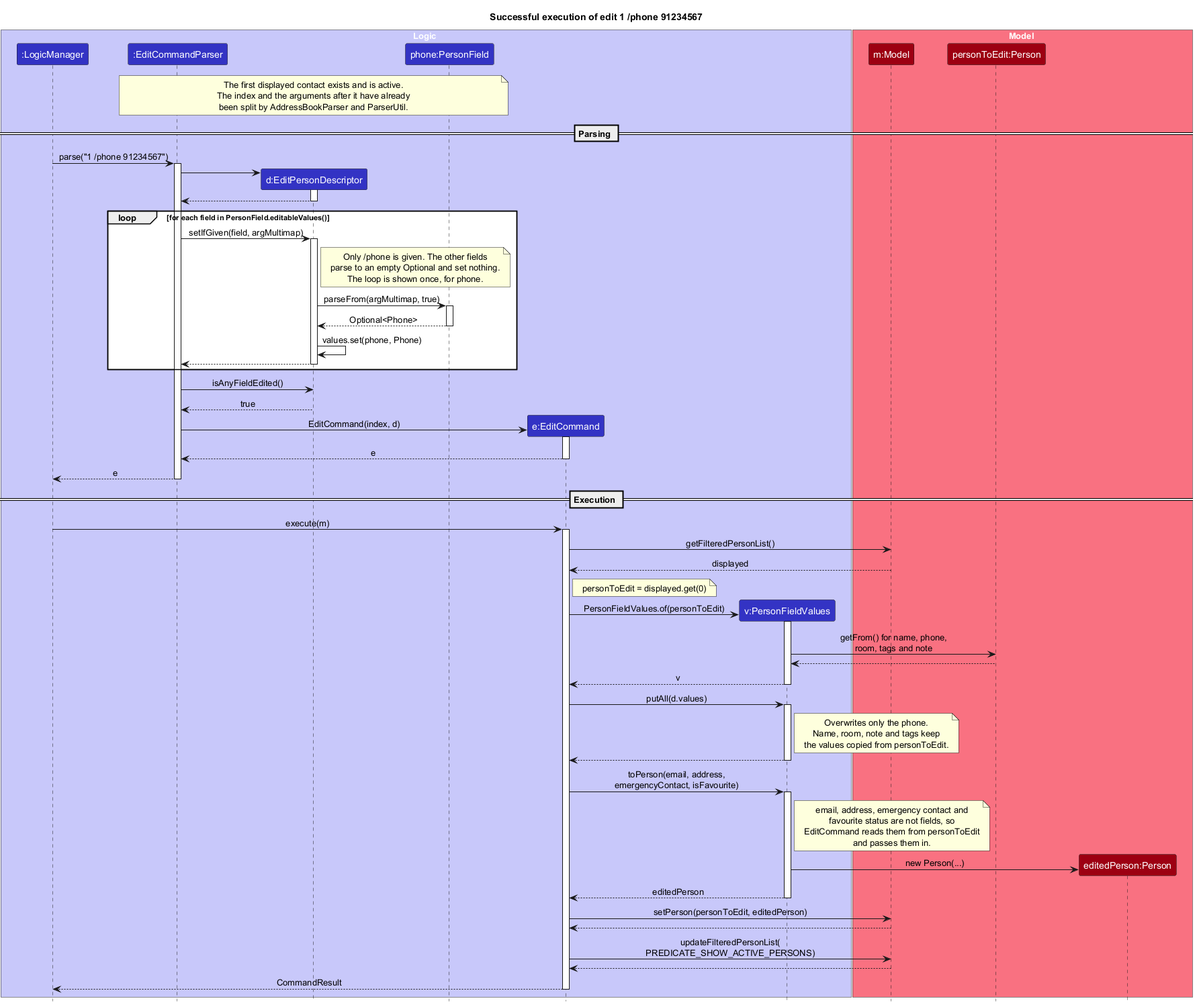
The PlantUML diagram docs/images/EditSequenceDiagram.png in AY2627S1-CS2103T-F10-1/tp, before a commit.
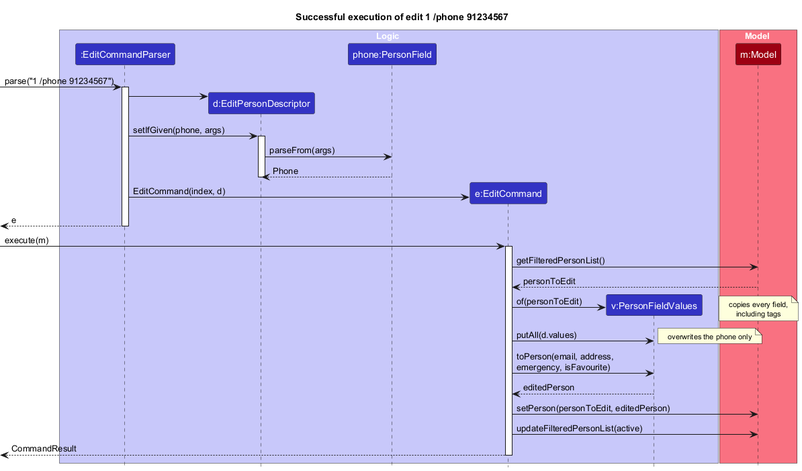
After the change.

The edit, as a diff of the source:
```diff
@@ -1,11 +1,12 @@
 @startuml
 !include style.puml
 skinparam ArrowFontStyle plain
+skinparam NoteFontSize 11
+skinparam SequenceMessageAlign left
 
 title Successful execution of edit 1 /phone 91234567
 
 box Logic LOGIC_COLOR_T1
-participant ":LogicManager" as LogicManager LOGIC_COLOR
 participant ":EditCommandParser" as EditCommandParser LOGIC_COLOR
 participant "d:EditPersonDescriptor" as EditPersonDescriptor LOGIC_COLOR
 participant "phone:PersonField" as PersonField LOGIC_COLOR
@@ -15,108 +16,43 @@
 
 box Model MODEL_COLOR_T1
 participant "m:Model" as Model MODEL_COLOR
-participant "personToEdit:Person" as OldPerson MODEL_COLOR
-participant "editedPerson:Person" as NewPerson MODEL_COLOR
 end box
 
-note over EditCommandParser, PersonField
-  The first displayed contact exists and is active.
-  The index and the arguments after it have already
-  been split by AddressBookParser and ParserUtil.
-end note
-
-== Parsing ==
-
-LogicManager -> EditCommandParser : parse("1 /phone 91234567")
+[-> EditCommandParser : parse("1 /phone 91234567")
 activate EditCommandParser
 
 create EditPersonDescriptor
 EditCommandParser -> EditPersonDescriptor
+EditCommandParser -> EditPersonDescriptor : setIfGiven(phone, args)
 activate EditPersonDescriptor
-EditPersonDescriptor --> EditCommandParser
+EditPersonDescriptor -> PersonField : parseFrom(args)
+PersonField --> EditPersonDescriptor : Phone
 deactivate EditPersonDescriptor
-
-loop for each field in PersonField.editableValues()
-    EditCommandParser -> EditPersonDescriptor : setIfGiven(field, argMultimap)
-    activate EditPersonDescriptor
-
-    note right of EditPersonDescriptor
-      Only /phone is given. The other fields
-      parse to an empty Optional and set nothing.
-      The loop is shown once, for phone.
-    end note
-
-    EditPersonDescriptor -> PersonField : parseFrom(argMultimap, true)
-    activate PersonField
-    PersonField --> EditPersonDescriptor : Optional<Phone>
-    deactivate PersonField
-
-    EditPersonDescriptor -> EditPersonDescriptor : values.set(phone, Phone)
-    EditPersonDescriptor --> EditCommandParser
-    deactivate EditPersonDescriptor
-end
-
-EditCommandParser -> EditPersonDescriptor : isAnyFieldEdited()
-EditPersonDescriptor --> EditCommandParser : true
 
 create EditCommand
 EditCommandParser -> EditCommand : EditCommand(index, d)
-activate EditCommand
-EditCommand --> EditCommandParser : e
-deactivate EditCommand
-
-EditCommandParser --> LogicManager : e
+[<-- EditCommandParser : e
 deactivate EditCommandParser
 
-== Execution ==
-
-LogicManager -> EditCommand : execute(m)
+[-> EditCommand : execute(m)
 activate EditCommand
 
 EditCommand -> Model : getFilteredPersonList()
-Model --> EditCommand : displayed
+Model --> EditCommand : personToEdit
 
-note right of EditCommand
-  personToEdit = displayed.get(0)
-end note
-
-EditCommand -> PersonFieldValues ** : PersonFieldValues.of(personToEdit)
-activate PersonFieldValues
-PersonFieldValues -> OldPerson : getFrom() for name, phone,\nroom, tags and note
-OldPerson --> PersonFieldValues
-PersonFieldValues --> EditCommand : v
-deactivate PersonFieldValues
+create PersonFieldValues
+EditCommand -> PersonFieldValues : of(personToEdit)
+note right: copies every field,\nincluding tags
 
 EditCommand -> PersonFieldValues : putAll(d.values)
-activate PersonFieldValues
-note right of PersonFieldValues
-  Overwrites only the phone.
-  Name, room, note and tags keep
-  the values copied from personToEdit.
-end note
-PersonFieldValues --> EditCommand
-deactivate PersonFieldValues
+note right: overwrites the phone only
 
-EditCommand -> PersonFieldValues : toPerson(email, address,\nemergencyContact, isFavourite)
-activate PersonFieldValues
-
-note right of PersonFieldValues
-  email, address, emergency contact and
-  favourite status are not fields, so
-  EditCommand reads them from personToEdit
-  and passes them in.
-end note
-
-PersonFieldValues -> NewPerson ** : new Person(...)
+EditCommand -> PersonFieldValues : toPerson(email, address,\nemergency, isFavourite)
 PersonFieldValues --> EditCommand : editedPerson
-deactivate PersonFieldValues
 
 EditCommand -> Model : setPerson(personToEdit, editedPerson)
-Model --> EditCommand
+EditCommand -> Model : updateFilteredPersonList(active)
 
-EditCommand -> Model : updateFilteredPersonList(\nPREDICATE_SHOW_ACTIVE_PERSONS)
-Model --> EditCommand
-
-EditCommand --> LogicManager : CommandResult
+[<-- EditCommand : CommandResult
 deactivate EditCommand
 @enduml
```
